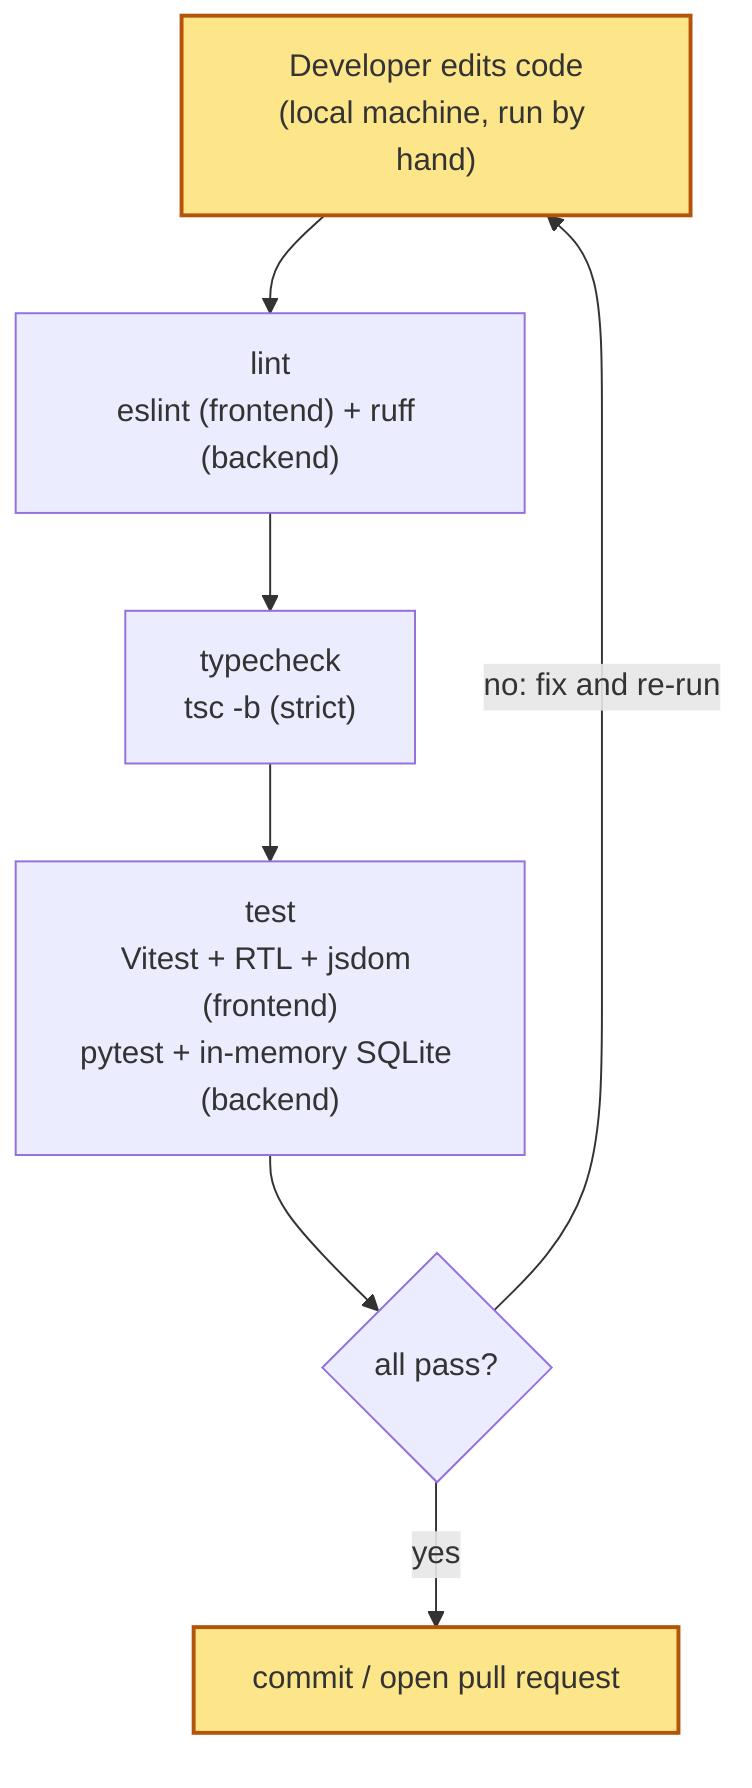
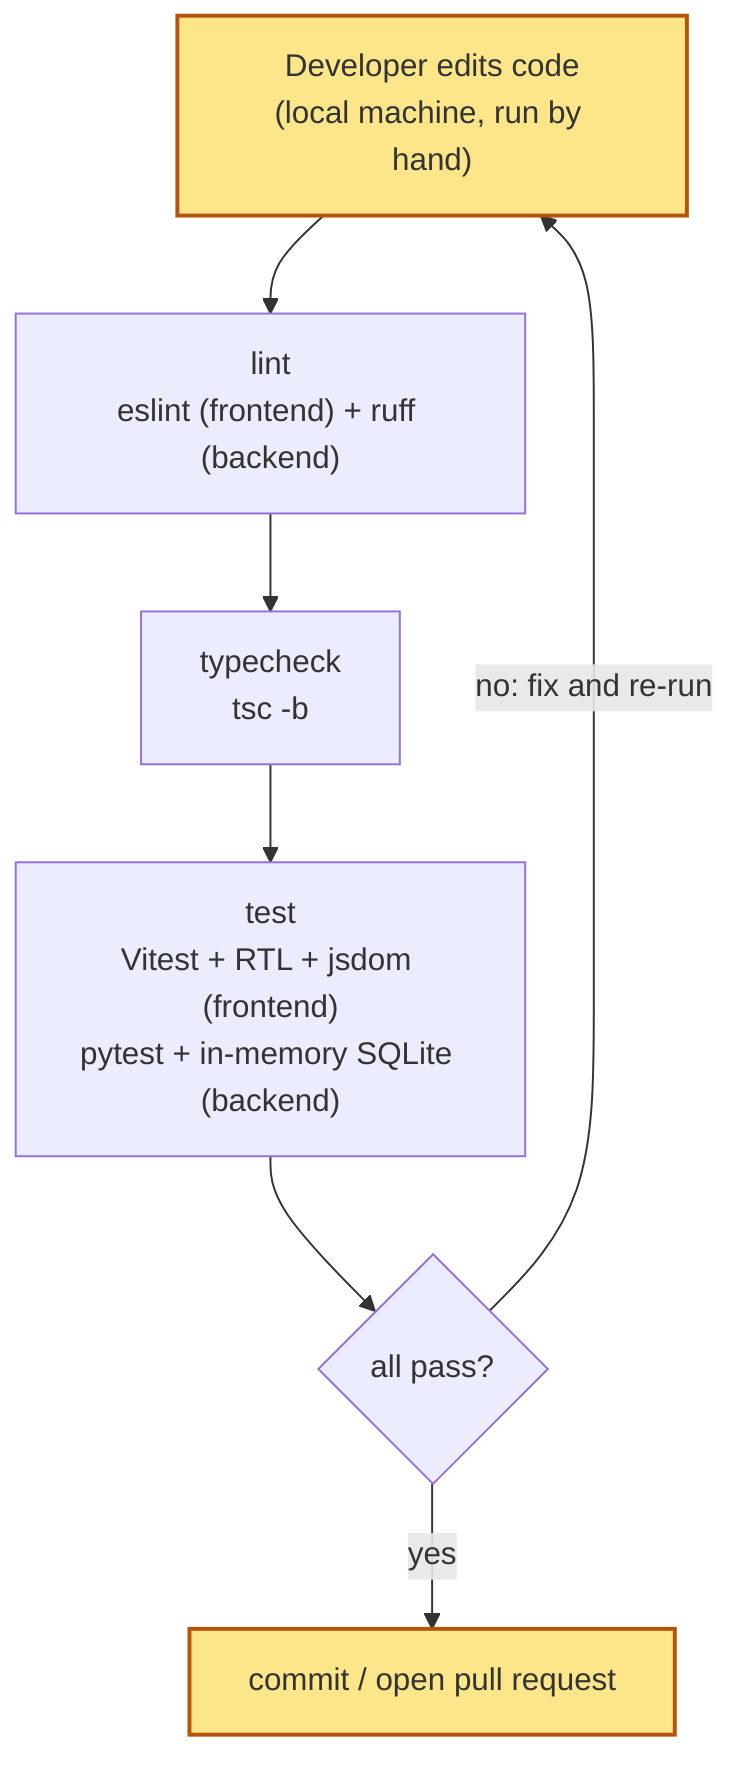
flowchart TB
    TRIG["Developer edits code<br/>(local machine, run by hand)"]
    LINT["lint<br/>eslint (frontend) + ruff (backend)"]
-     TYPE["typecheck<br/>tsc -b (strict)"]
+     TYPE["typecheck<br/>tsc -b"]
    TEST["test<br/>Vitest + RTL + jsdom (frontend)<br/>pytest + in-memory SQLite (backend)"]
    DECIDE{"all pass?"}
    OUT["commit / open pull request"]

    TRIG --> LINT --> TYPE --> TEST --> DECIDE
    DECIDE -- "no: fix and re-run" --> TRIG
    DECIDE -- "yes" --> OUT

    classDef diff fill:#fde68a,stroke:#b45309,stroke-width:2px;
    class TRIG,OUT diff
